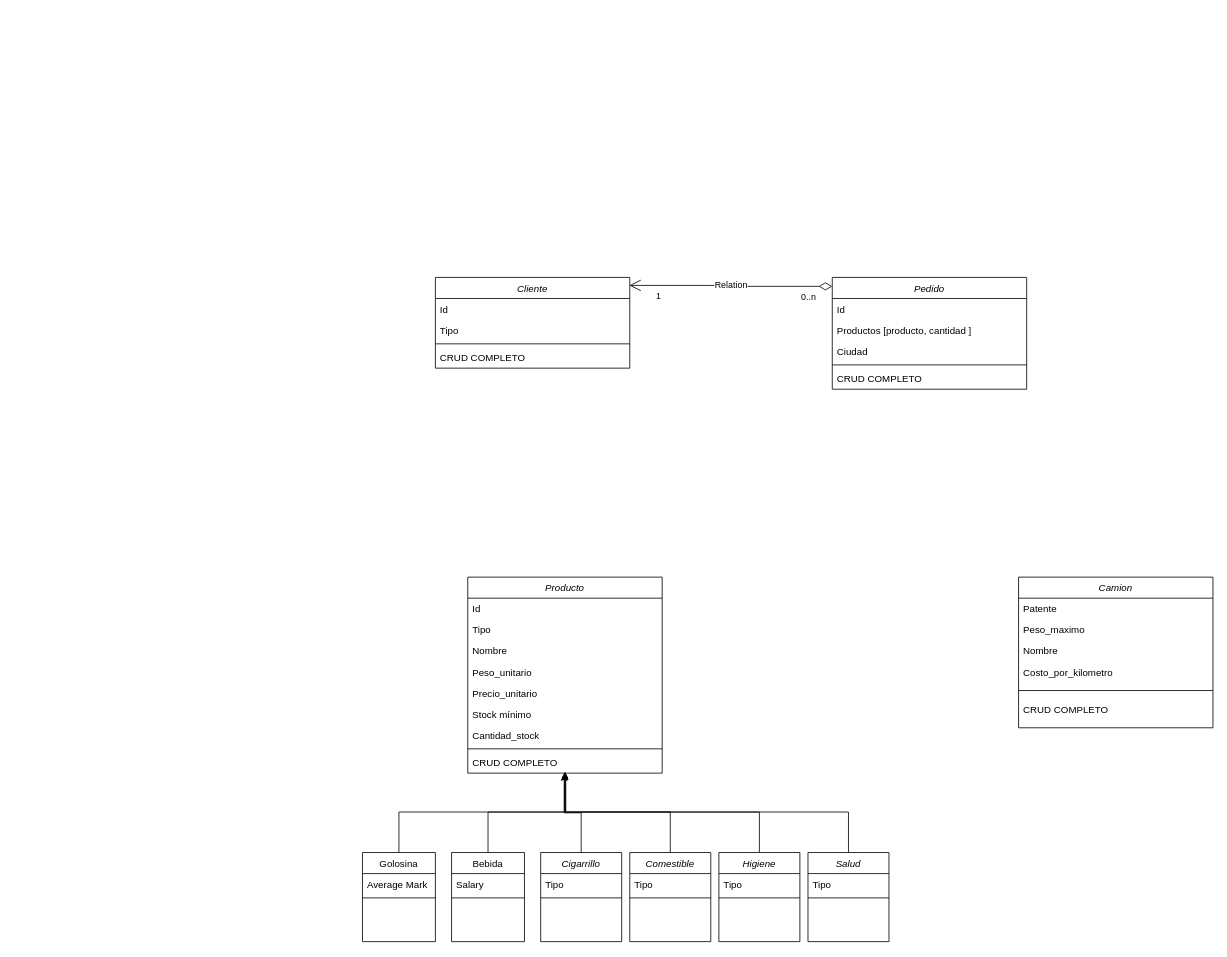
Earlier version of the draw.io diagram Modelado.drawio (Inwinkelried/ucse-prog2-2023-BandaAncha). Source tidied: cells renumbered, new cells numbered last; positions are measured from the earlier drawing's top-left corner, leaving out a move shared by most shapes. Both pictures are drawn from the tidied source at 81%, with x=0, y=0 at pixel (362, 277).
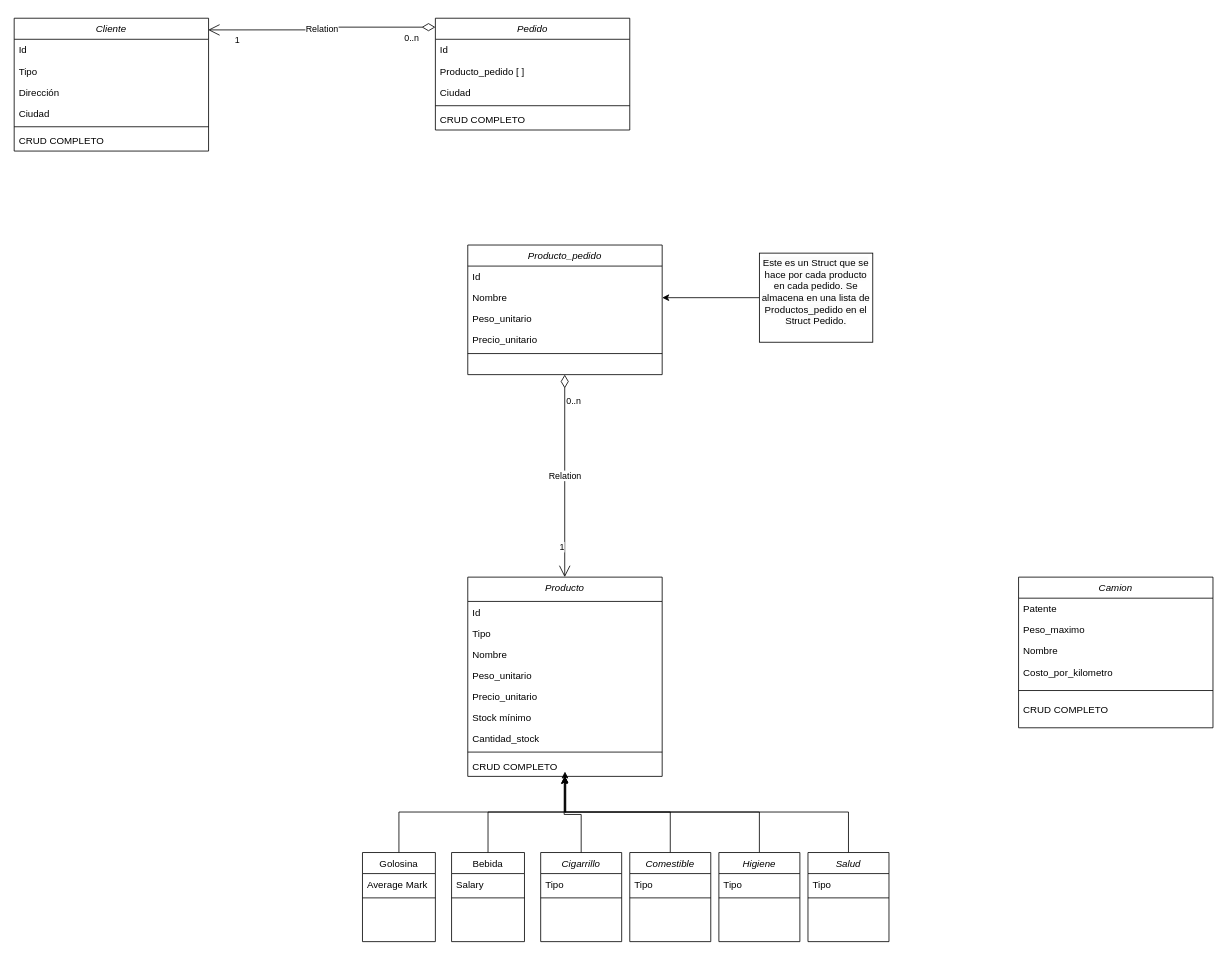
After the change.

What changed in the source:
```diff
@@
-    <mxCell id="2" value="Producto" style="swimlane;fontStyle=2;align=center;verticalAlign=top;horizontal=1;startSize=26;rounded=0;shadow=0;strokeWidth=1;" parent="1" vertex="1">
-      <mxGeometry x="130" y="370" width="240" height="242" as="geometry" />
+    <mxCell id="2" value="Producto" style="swimlane;fontStyle=2;align=center;verticalAlign=top;horizontal=1;startSize=30;rounded=0;shadow=0;strokeWidth=1;" parent="1" vertex="1">
+      <mxGeometry x="130" y="370" width="240" height="246" as="geometry" />
     </mxCell>
     <mxCell id="3" value="Id" style="text;align=left;verticalAlign=top;spacingLeft=4;spacingRight=4;overflow=hidden;" parent="2" vertex="1">
-      <mxGeometry y="26" width="240" height="26" as="geometry" />
+      <mxGeometry y="30" width="240" height="26" as="geometry" />
     </mxCell>
     <mxCell id="4" value="Tipo" style="text;align=left;verticalAlign=top;spacingLeft=4;spacingRight=4;overflow=hidden;rounded=0;shadow=0;html=0;" parent="2" vertex="1">
-      <mxGeometry y="52" width="240" height="26" as="geometry" />
+      <mxGeometry y="56" width="240" height="26" as="geometry" />
     </mxCell>
     <mxCell id="5" value="Nombre" style="text;align=left;verticalAlign=top;spacingLeft=4;spacingRight=4;overflow=hidden;rounded=0;shadow=0;html=0;" parent="2" vertex="1">
-      <mxGeometry y="78" width="240" height="26" as="geometry" />
+      <mxGeometry y="82" width="240" height="26" as="geometry" />
     </mxCell>
     <mxCell id="6" value="Peso_unitario" style="text;align=left;verticalAlign=top;spacingLeft=4;spacingRight=4;overflow=hidden;rounded=0;shadow=0;html=0;" parent="2" vertex="1">
-      <mxGeometry y="104" width="240" height="26" as="geometry" />
+      <mxGeometry y="108" width="240" height="26" as="geometry" />
     </mxCell>
     <mxCell id="7" value="Precio_unitario" style="text;align=left;verticalAlign=top;spacingLeft=4;spacingRight=4;overflow=hidden;rounded=0;shadow=0;html=0;" parent="2" vertex="1">
-      <mxGeometry y="130" width="240" height="26" as="geometry" />
+      <mxGeometry y="134" width="240" height="26" as="geometry" />
     </mxCell>
     <mxCell id="8" value="Stock mínimo" style="text;align=left;verticalAlign=top;spacingLeft=4;spacingRight=4;overflow=hidden;rounded=0;shadow=0;html=0;" parent="2" vertex="1">
-      <mxGeometry y="156" width="240" height="26" as="geometry" />
+      <mxGeometry y="160" width="240" height="26" as="geometry" />
     </mxCell>
     <mxCell id="9" value="Cantidad_stock" style="text;align=left;verticalAlign=top;spacingLeft=4;spacingRight=4;overflow=hidden;rounded=0;shadow=0;html=0;" parent="2" vertex="1">
-      <mxGeometry y="182" width="240" height="26" as="geometry" />
+      <mxGeometry y="186" width="240" height="26" as="geometry" />
     </mxCell>
     <mxCell id="10" style="line;html=1;strokeWidth=1;align=left;verticalAlign=middle;spacingTop=-1;spacingLeft=3;spacingRight=3;labelPosition=right;" parent="2" vertex="1">
-      <mxGeometry y="208" width="240" height="8" as="geometry" />
+      <mxGeometry y="212" width="240" height="8" as="geometry" />
     </mxCell>
     <mxCell id="11" value="CRUD COMPLETO" style="text;align=left;verticalAlign=top;spacingLeft=4;spacingRight=4;overflow=hidden;points=[[0,0.5],[1,0.5]];portConstraint=eastwest;rounded=0;shadow=0;html=0;" parent="2" vertex="1">
-      <mxGeometry y="216" width="240" height="26" as="geometry" />
+      <mxGeometry y="220" width="240" height="26" as="geometry" />
     </mxCell>
@@
     <mxCell id="43" value="Cliente" style="swimlane;fontStyle=2;align=center;verticalAlign=top;horizontal=1;startSize=26;rounded=0;shadow=0;strokeWidth=1;" parent="1" vertex="1">
-      <mxGeometry x="90" width="240" height="112" as="geometry" />
+      <mxGeometry x="-430" y="-320" width="240" height="164" as="geometry" />
     </mxCell>
@@
+    <mxCell id="57" value="Dirección" style="text;align=left;verticalAlign=top;spacingLeft=4;spacingRight=4;overflow=hidden;rounded=0;shadow=0;html=0;" parent="43" vertex="1">
+      <mxGeometry y="78" width="240" height="26" as="geometry" />
+    </mxCell>
+    <mxCell id="58" value="Ciudad" style="text;align=left;verticalAlign=top;spacingLeft=4;spacingRight=4;overflow=hidden;rounded=0;shadow=0;html=0;" parent="43" vertex="1">
+      <mxGeometry y="104" width="240" height="26" as="geometry" />
+    </mxCell>
     <mxCell id="46" style="line;html=1;strokeWidth=1;align=left;verticalAlign=middle;spacingTop=-1;spacingLeft=3;spacingRight=3;labelPosition=right;" parent="43" vertex="1">
-      <mxGeometry y="78" width="240" height="8" as="geometry" />
+      <mxGeometry y="130" width="240" height="8" as="geometry" />
     </mxCell>
     <mxCell id="47" value="CRUD COMPLETO" style="text;align=left;verticalAlign=top;spacingLeft=4;spacingRight=4;overflow=hidden;rounded=0;shadow=0;html=0;" parent="43" vertex="1">
-      <mxGeometry y="86" width="240" height="26" as="geometry" />
+      <mxGeometry y="138" width="240" height="26" as="geometry" />
     </mxCell>
     <mxCell id="48" value="Pedido" style="swimlane;fontStyle=2;align=center;verticalAlign=top;horizontal=1;startSize=26;rounded=0;shadow=0;strokeWidth=1;" parent="1" vertex="1">
-      <mxGeometry x="580" width="240" height="138" as="geometry" />
+      <mxGeometry x="90" y="-320" width="240" height="138" as="geometry" />
     </mxCell>
@@
-    <mxCell id="50" value="Productos [producto, cantidad ]" style="text;align=left;verticalAlign=top;spacingLeft=4;spacingRight=4;overflow=hidden;rounded=0;shadow=0;html=0;" parent="48" vertex="1">
+    <mxCell id="50" value="Producto_pedido [ ]" style="text;align=left;verticalAlign=top;spacingLeft=4;spacingRight=4;overflow=hidden;rounded=0;shadow=0;html=0;" parent="48" vertex="1">
       <mxGeometry y="52" width="240" height="26" as="geometry" />
     </mxCell>
@@
+    <mxCell id="59" value="Producto_pedido" style="swimlane;fontStyle=2;align=center;verticalAlign=top;horizontal=1;startSize=26;rounded=0;shadow=0;strokeWidth=1;" parent="1" vertex="1">
+      <mxGeometry x="130" y="-40" width="240" height="160" as="geometry" />
+    </mxCell>
+    <mxCell id="60" value="Id" style="text;align=left;verticalAlign=top;spacingLeft=4;spacingRight=4;overflow=hidden;" parent="59" vertex="1">
+      <mxGeometry y="26" width="240" height="26" as="geometry" />
+    </mxCell>
+    <mxCell id="61" value="Nombre" style="text;align=left;verticalAlign=top;spacingLeft=4;spacingRight=4;overflow=hidden;points=[[0,0.5],[1,0.5]];portConstraint=eastwest;rounded=0;shadow=0;html=0;" parent="59" vertex="1">
+      <mxGeometry y="52" width="240" height="26" as="geometry" />
+    </mxCell>
+    <mxCell id="62" value="Peso_unitario" style="text;align=left;verticalAlign=top;spacingLeft=4;spacingRight=4;overflow=hidden;rounded=0;shadow=0;html=0;" parent="59" vertex="1">
+      <mxGeometry y="78" width="240" height="26" as="geometry" />
+    </mxCell>
+    <mxCell id="63" value="Precio_unitario" style="text;align=left;verticalAlign=top;spacingLeft=4;spacingRight=4;overflow=hidden;rounded=0;shadow=0;html=0;" parent="59" vertex="1">
+      <mxGeometry y="104" width="240" height="26" as="geometry" />
+    </mxCell>
+    <mxCell id="64" style="line;html=1;strokeWidth=1;align=left;verticalAlign=middle;spacingTop=-1;spacingLeft=3;spacingRight=3;labelPosition=right;" parent="59" vertex="1">
+      <mxGeometry y="130" width="240" height="8" as="geometry" />
+    </mxCell>
+    <mxCell id="65" value="Relation" style="endArrow=open;html=1;endSize=12;startArrow=diamondThin;startSize=14;startFill=0;edgeStyle=orthogonalEdgeStyle;rounded=0;entryX=0.5;entryY=0;entryDx=0;entryDy=0;exitX=0.5;exitY=1;exitDx=0;exitDy=0;" parent="59" edge="1">
+      <mxGeometry relative="1" as="geometry">
+        <mxPoint x="119.7" y="160" as="sourcePoint" />
+        <mxPoint x="119.7" y="410" as="targetPoint" />
+      </mxGeometry>
+    </mxCell>
+    <mxCell id="66" value="0..n" style="edgeLabel;html=1;align=left;verticalAlign=top;" parent="65" vertex="1">
+      <mxGeometry x="-1" relative="1" as="geometry">
+        <mxPoint y="20" as="offset" />
+      </mxGeometry>
+    </mxCell>
+    <mxCell id="67" value="1" style="edgeLabel;html=1;align=right;verticalAlign=top;" parent="65" vertex="1">
+      <mxGeometry x="1" relative="1" as="geometry">
+        <mxPoint y="-50" as="offset" />
+      </mxGeometry>
+    </mxCell>
+    <mxCell id="68" style="edgeStyle=orthogonalEdgeStyle;rounded=0;jettySize=auto;html=1;entryX=1;entryY=0.5;entryDx=0;entryDy=0;" parent="1" edge="1" source="69" target="61">
+      <mxGeometry relative="1" as="geometry" />
+    </mxCell>
+    <mxCell id="69" value="&#10;&lt;span style=&quot;color: rgb(0, 0, 0); font-family: Helvetica; font-size: 12px; font-style: normal; font-variant-ligatures: normal; font-variant-caps: normal; font-weight: 400; letter-spacing: normal; orphans: 2; text-align: center; text-indent: 0px; text-transform: none; widows: 2; word-spacing: 0px; -webkit-text-stroke-width: 0px; background-color: rgb(251, 251, 251); text-decoration-thickness: initial; text-decoration-style: initial; text-decoration-color: initial; float: none; display: inline !important;&quot;&gt;Este es un Struct que se hace por cada producto en cada pedido. Se almacena en una lista de Productos_pedido en el Struct Pedido.&lt;/span&gt;&#10;&#10;" style="rounded=0;whiteSpace=wrap;html=1;" parent="1" vertex="1">
+      <mxGeometry x="490" y="-30" width="140" height="110" as="geometry" />
+    </mxCell>
```
